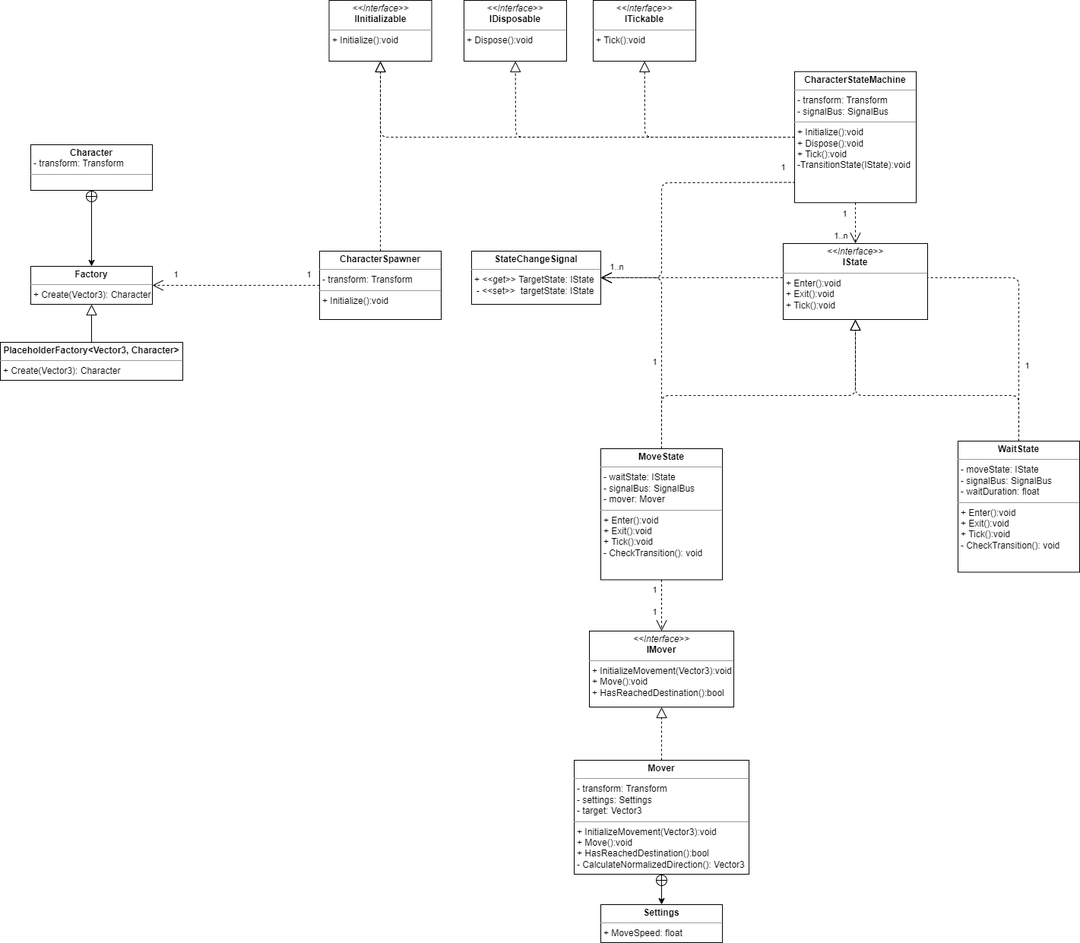
canafarci/LostInSin keeps this draw.io diagram as Documents/Classes.drawio.png. Above is the earlier version. Source tidied: cells renumbered, new cells last; positions are measured from the earlier drawing's top-left corner, leaving out a move shared by most shapes.
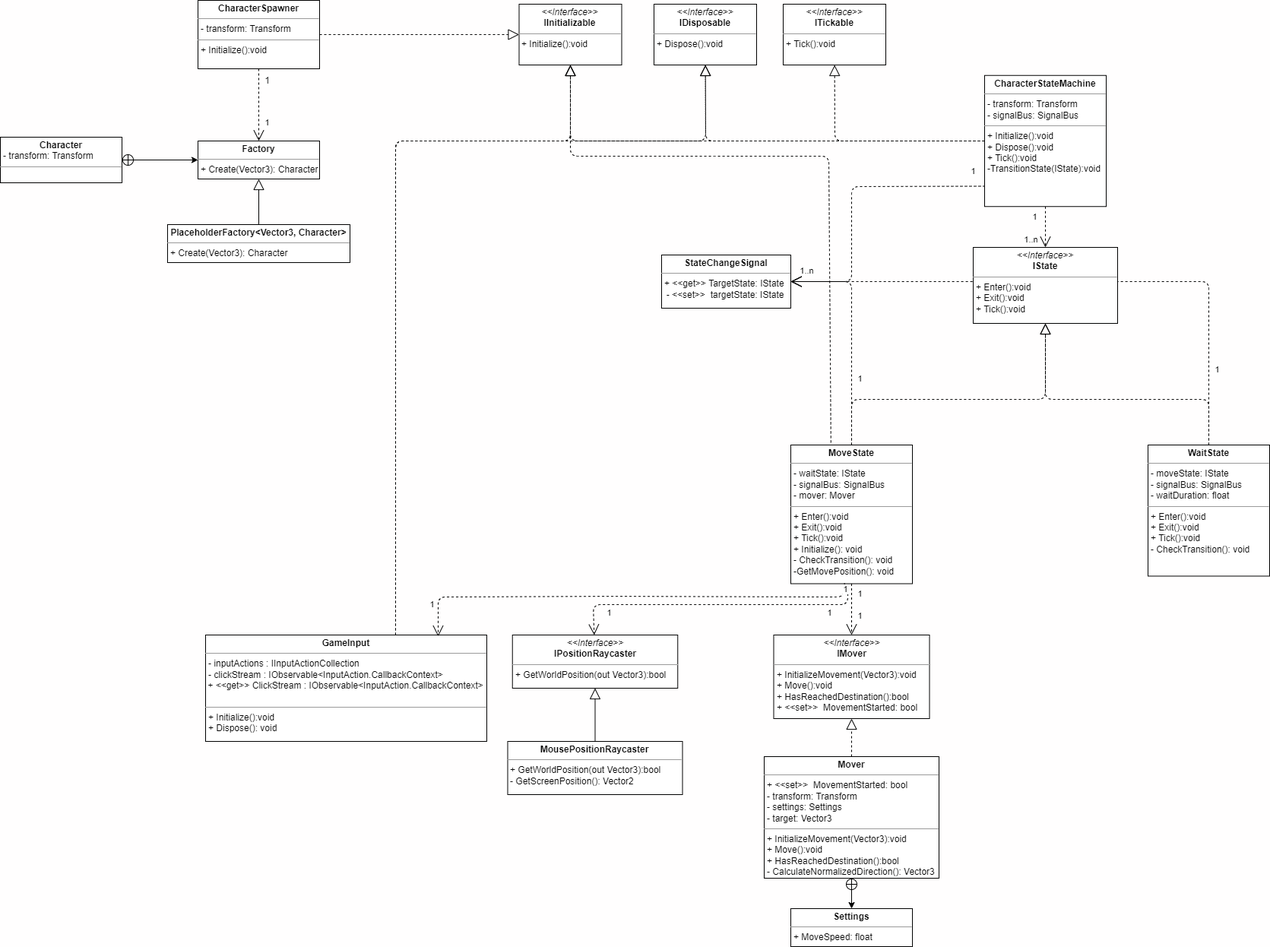
The same file after the commit.

Change to the diagram source:
```diff
@@ -1,4 +1,4 @@
-<mxGraphModel>
+<mxGraphModel background="#FFFEFE">
   <root>
     <mxCell id="0" />
     <mxCell id="1" parent="0" />
@@ -6,16 +6,16 @@
       <mxGeometry relative="1" as="geometry" />
     </mxCell>
     <mxCell id="3" value="&lt;p style=&quot;margin:0px;margin-top:4px;text-align:center;&quot;&gt;&lt;b&gt;Character&lt;/b&gt;&lt;/p&gt;&lt;p style=&quot;margin:0px;margin-left:4px;&quot;&gt;- transform: Transform&lt;/p&gt;&lt;hr size=&quot;1&quot;&gt;&lt;p style=&quot;margin:0px;margin-left:4px;&quot;&gt;&lt;br&gt;&lt;/p&gt;" style="verticalAlign=top;align=left;overflow=fill;fontSize=12;fontFamily=Helvetica;html=1;" parent="1" vertex="1">
-      <mxGeometry x="40" y="190" width="160" height="60" as="geometry" />
+      <mxGeometry x="-250" y="175" width="160" height="60" as="geometry" />
     </mxCell>
     <mxCell id="4" value="&lt;p style=&quot;margin:0px;margin-top:4px;text-align:center;&quot;&gt;&lt;b&gt;Factory&lt;/b&gt;&lt;/p&gt;&lt;hr size=&quot;1&quot;&gt;&lt;p style=&quot;margin:0px;margin-left:4px;&quot;&gt;&lt;/p&gt;&lt;p style=&quot;margin:0px;margin-left:4px;&quot;&gt;+ Create(Vector3): Character&lt;br&gt;&lt;/p&gt;" style="verticalAlign=top;align=left;overflow=fill;fontSize=12;fontFamily=Helvetica;html=1;" parent="1" vertex="1">
-      <mxGeometry x="40" y="350" width="160" height="50" as="geometry" />
+      <mxGeometry x="10" y="180" width="160" height="50" as="geometry" />
     </mxCell>
     <mxCell id="5" style="edgeStyle=none;html=1;startArrow=none;startFill=0;endArrow=block;endFill=0;endSize=12;" parent="1" edge="1" source="6" target="4">
       <mxGeometry relative="1" as="geometry" />
     </mxCell>
     <mxCell id="6" value="&lt;p style=&quot;margin:0px;margin-top:4px;text-align:center;&quot;&gt;&lt;b&gt;PlaceholderFactory&amp;lt;Vector3, Character&amp;gt;&lt;/b&gt;&lt;/p&gt;&lt;hr size=&quot;1&quot;&gt;&lt;p style=&quot;margin:0px;margin-left:4px;&quot;&gt;&lt;/p&gt;&lt;p style=&quot;margin:0px;margin-left:4px;&quot;&gt;+ Create(Vector3): Character&lt;/p&gt;" style="verticalAlign=top;align=left;overflow=fill;fontSize=12;fontFamily=Helvetica;html=1;" parent="1" vertex="1">
-      <mxGeometry y="450" width="240" height="50" as="geometry" />
+      <mxGeometry x="-30" y="290" width="240" height="50" as="geometry" />
     </mxCell>
     <mxCell id="7" style="edgeStyle=none;html=1;startArrow=none;startFill=0;endArrow=block;endFill=0;endSize=12;dashed=1;" parent="1" edge="1" source="11" target="12">
       <mxGeometry relative="1" as="geometry" />
@@ -30,11 +30,16 @@
     </mxCell>
     <mxCell id="10" value="1" style="edgeLabel;html=1;align=center;verticalAlign=middle;" parent="8" vertex="1">
       <mxGeometry x="0.76" y="-1" relative="1" as="geometry">
-        <mxPoint x="4" y="-14" as="offset" />
+        <mxPoint x="11" y="-14" as="offset" />
       </mxGeometry>
     </mxCell>
+    <mxCell id="43" value="1" style="edgeLabel;html=1;align=center;verticalAlign=middle;fontSize=12;fontFamily=Helvetica;fontColor=#000000;" parent="8" vertex="1">
+      <mxGeometry x="-0.55" y="-1" relative="1" as="geometry">
+        <mxPoint x="11" y="-6" as="offset" />
+      </mxGeometry>
+    </mxCell>
     <mxCell id="11" value="&lt;p style=&quot;margin:0px;margin-top:4px;text-align:center;&quot;&gt;&lt;b&gt;CharacterSpawner&lt;/b&gt;&lt;/p&gt;&lt;hr size=&quot;1&quot;&gt;&lt;p style=&quot;margin:0px;margin-left:4px;&quot;&gt;- transform: Transform&lt;/p&gt;&lt;hr size=&quot;1&quot;&gt;&lt;p style=&quot;margin:0px;margin-left:4px;&quot;&gt;+ Initialize():void&lt;br&gt;&lt;/p&gt;" style="verticalAlign=top;align=left;overflow=fill;fontSize=12;fontFamily=Helvetica;html=1;" parent="1" vertex="1">
-      <mxGeometry x="420" y="330" width="160" height="90" as="geometry" />
+      <mxGeometry x="10" y="-5" width="160" height="90" as="geometry" />
     </mxCell>
     <mxCell id="12" value="&lt;p style=&quot;margin:0px;margin-top:4px;text-align:center;&quot;&gt;&lt;i&gt;&amp;lt;&amp;lt;Interface&amp;gt;&amp;gt;&lt;/i&gt;&lt;br&gt;&lt;b&gt;IInitializable&lt;/b&gt;&lt;/p&gt;&lt;hr size=&quot;1&quot;&gt;&lt;p style=&quot;margin:0px;margin-left:4px;&quot;&gt;+ Initialize():void&lt;br&gt;&lt;/p&gt;" style="verticalAlign=top;align=left;overflow=fill;fontSize=12;fontFamily=Helvetica;html=1;" parent="1" vertex="1">
       <mxGeometry x="432.5" width="135" height="80" as="geometry" />
@@ -100,12 +105,12 @@
     </mxCell>
     <mxCell id="25" value="1" style="edgeLabel;html=1;align=center;verticalAlign=middle;" parent="24" vertex="1">
       <mxGeometry x="-0.61" relative="1" as="geometry">
-        <mxPoint x="-10" as="offset" />
+        <mxPoint x="10" as="offset" />
       </mxGeometry>
     </mxCell>
     <mxCell id="26" value="1" style="edgeLabel;html=1;align=center;verticalAlign=middle;" parent="24" vertex="1">
       <mxGeometry x="0.25" y="-1" relative="1" as="geometry">
-        <mxPoint x="-9" as="offset" />
+        <mxPoint x="11" as="offset" />
       </mxGeometry>
     </mxCell>
     <mxCell id="27" style="edgeStyle=none;html=1;dashed=1;startArrow=none;startFill=0;endArrow=open;endFill=0;endSize=12;" parent="1" edge="1" source="29" target="41">
@@ -117,11 +122,20 @@
     </mxCell>
     <mxCell id="28" value="1" style="edgeLabel;html=1;align=center;verticalAlign=middle;" parent="27" vertex="1">
       <mxGeometry x="-0.39" y="1" relative="1" as="geometry">
-        <mxPoint x="-9" y="-22" as="offset" />
+        <mxPoint x="11" y="2" as="offset" />
       </mxGeometry>
     </mxCell>
+    <mxCell id="44" style="edgeStyle=none;html=1;startArrow=none;startFill=0;endSize=12;endArrow=block;endFill=0;dashed=1;exitX=0.33;exitY=-0.017;exitDx=0;exitDy=0;exitPerimeter=0;" parent="1" edge="1" source="29" target="12">
+      <mxGeometry relative="1" as="geometry">
+        <Array as="points">
+          <mxPoint x="840" y="200" />
+          <mxPoint x="680" y="200" />
+          <mxPoint x="500" y="200" />
+        </Array>
+      </mxGeometry>
+    </mxCell>
-    <mxCell id="29" value="&lt;p style=&quot;margin:0px;margin-top:4px;text-align:center;&quot;&gt;&lt;b&gt;MoveState&lt;/b&gt;&lt;/p&gt;&lt;hr size=&quot;1&quot;&gt;&lt;p style=&quot;margin:0px;margin-left:4px;&quot;&gt;- waitState: IState&lt;/p&gt;&lt;p style=&quot;margin:0px;margin-left:4px;&quot;&gt;- signalBus: SignalBus&lt;/p&gt;&lt;p style=&quot;margin:0px;margin-left:4px;&quot;&gt;- mover: Mover&lt;/p&gt;&lt;hr size=&quot;1&quot;&gt;&lt;p style=&quot;border-color: var(--border-color); margin: 0px 0px 0px 4px;&quot;&gt;+ Enter():void&lt;br style=&quot;border-color: var(--border-color);&quot;&gt;&lt;/p&gt;&lt;p style=&quot;border-color: var(--border-color); margin: 0px 0px 0px 4px;&quot;&gt;+ Exit():void&lt;br style=&quot;border-color: var(--border-color);&quot;&gt;&lt;/p&gt;&lt;p style=&quot;border-color: var(--border-color); margin: 0px 0px 0px 4px;&quot;&gt;+ Tick():void&lt;/p&gt;&lt;p style=&quot;border-color: var(--border-color); margin: 0px 0px 0px 4px;&quot;&gt;- CheckTransition(): void&lt;/p&gt;" style="verticalAlign=top;align=left;overflow=fill;fontSize=12;fontFamily=Helvetica;html=1;" parent="1" vertex="1">
-      <mxGeometry x="790" y="590" width="160" height="172.5" as="geometry" />
+    <mxCell id="29" value="&lt;p style=&quot;margin:0px;margin-top:4px;text-align:center;&quot;&gt;&lt;b&gt;MoveState&lt;/b&gt;&lt;/p&gt;&lt;hr size=&quot;1&quot;&gt;&lt;p style=&quot;margin:0px;margin-left:4px;&quot;&gt;- waitState: IState&lt;/p&gt;&lt;p style=&quot;margin:0px;margin-left:4px;&quot;&gt;- signalBus: SignalBus&lt;/p&gt;&lt;p style=&quot;margin:0px;margin-left:4px;&quot;&gt;- mover: Mover&lt;/p&gt;&lt;hr size=&quot;1&quot;&gt;&lt;p style=&quot;border-color: var(--border-color); margin: 0px 0px 0px 4px;&quot;&gt;+ Enter():void&lt;br style=&quot;border-color: var(--border-color);&quot;&gt;&lt;/p&gt;&lt;p style=&quot;border-color: var(--border-color); margin: 0px 0px 0px 4px;&quot;&gt;+ Exit():void&lt;br style=&quot;border-color: var(--border-color);&quot;&gt;&lt;/p&gt;&lt;p style=&quot;border-color: var(--border-color); margin: 0px 0px 0px 4px;&quot;&gt;+ Tick():void&lt;/p&gt;&lt;p style=&quot;border-color: var(--border-color); margin: 0px 0px 0px 4px;&quot;&gt;+ Initialize(): void&lt;/p&gt;&lt;p style=&quot;border-color: var(--border-color); margin: 0px 0px 0px 4px;&quot;&gt;- CheckTransition(): void&lt;/p&gt;&lt;p style=&quot;border-color: var(--border-color); margin: 0px 0px 0px 4px;&quot;&gt;-GetMovePosition(): void&lt;/p&gt;" style="verticalAlign=top;align=left;overflow=fill;fontSize=12;fontFamily=Helvetica;html=1;" parent="1" vertex="1">
+      <mxGeometry x="790" y="580" width="160" height="182.5" as="geometry" />
     </mxCell>
     <mxCell id="30" style="edgeStyle=none;html=1;dashed=1;startArrow=none;startFill=0;endArrow=block;endFill=0;endSize=12;" parent="1" edge="1" source="29" target="42">
       <mxGeometry relative="1" as="geometry">
@@ -162,11 +176,11 @@
     <mxCell id="36" style="edgeStyle=none;html=1;dashed=1;startArrow=none;startFill=0;endArrow=block;endFill=0;endSize=12;" parent="1" edge="1" source="37" target="38">
       <mxGeometry relative="1" as="geometry" />
     </mxCell>
-    <mxCell id="37" value="&lt;p style=&quot;margin:0px;margin-top:4px;text-align:center;&quot;&gt;&lt;b&gt;Mover&lt;/b&gt;&lt;/p&gt;&lt;hr size=&quot;1&quot;&gt;&lt;p style=&quot;margin:0px;margin-left:4px;&quot;&gt;- transform: Transform&lt;/p&gt;&lt;p style=&quot;margin:0px;margin-left:4px;&quot;&gt;- settings: Settings&lt;/p&gt;&lt;p style=&quot;margin:0px;margin-left:4px;&quot;&gt;- target: Vector3&lt;/p&gt;&lt;hr size=&quot;1&quot;&gt;&lt;p style=&quot;border-color: var(--border-color); margin: 0px 0px 0px 4px;&quot;&gt;+ InitializeMovement(Vector3):void&lt;br style=&quot;border-color: var(--border-color);&quot;&gt;&lt;/p&gt;&lt;p style=&quot;border-color: var(--border-color); margin: 0px 0px 0px 4px;&quot;&gt;+ Move():void&lt;br style=&quot;border-color: var(--border-color);&quot;&gt;&lt;/p&gt;&lt;p style=&quot;border-color: var(--border-color); margin: 0px 0px 0px 4px;&quot;&gt;+ HasReachedDestination():bool&lt;/p&gt;&lt;p style=&quot;border-color: var(--border-color); margin: 0px 0px 0px 4px;&quot;&gt;- CalculateNormalizedDirection(): Vector3&lt;/p&gt;" style="verticalAlign=top;align=left;overflow=fill;fontSize=12;fontFamily=Helvetica;html=1;" parent="1" vertex="1">
-      <mxGeometry x="755" y="1000" width="230" height="150" as="geometry" />
+    <mxCell id="37" value="&lt;p style=&quot;margin:0px;margin-top:4px;text-align:center;&quot;&gt;&lt;b&gt;Mover&lt;/b&gt;&lt;/p&gt;&lt;hr size=&quot;1&quot;&gt;&lt;p style=&quot;margin:0px;margin-left:4px;&quot;&gt;+ &amp;lt;&amp;lt;set&amp;gt;&amp;gt;&amp;nbsp;&amp;nbsp;&lt;span style=&quot;border-color: var(--border-color); background-color: initial;&quot;&gt;MovementStarted: bool&lt;/span&gt;&lt;br&gt;&lt;/p&gt;&lt;p style=&quot;margin:0px;margin-left:4px;&quot;&gt;- transform: Transform&lt;/p&gt;&lt;p style=&quot;margin:0px;margin-left:4px;&quot;&gt;- settings: Settings&lt;/p&gt;&lt;p style=&quot;margin:0px;margin-left:4px;&quot;&gt;- target: Vector3&lt;/p&gt;&lt;hr size=&quot;1&quot;&gt;&lt;p style=&quot;border-color: var(--border-color); margin: 0px 0px 0px 4px;&quot;&gt;+ InitializeMovement(Vector3):void&lt;br style=&quot;border-color: var(--border-color);&quot;&gt;&lt;/p&gt;&lt;p style=&quot;border-color: var(--border-color); margin: 0px 0px 0px 4px;&quot;&gt;+ Move():void&lt;br style=&quot;border-color: var(--border-color);&quot;&gt;&lt;/p&gt;&lt;p style=&quot;border-color: var(--border-color); margin: 0px 0px 0px 4px;&quot;&gt;+ HasReachedDestination():bool&lt;/p&gt;&lt;p style=&quot;border-color: var(--border-color); margin: 0px 0px 0px 4px;&quot;&gt;- CalculateNormalizedDirection(): Vector3&lt;/p&gt;" style="verticalAlign=top;align=left;overflow=fill;fontSize=12;fontFamily=Helvetica;html=1;" parent="1" vertex="1">
+      <mxGeometry x="755" y="990" width="230" height="160" as="geometry" />
     </mxCell>
-    <mxCell id="38" value="&lt;p style=&quot;margin:0px;margin-top:4px;text-align:center;&quot;&gt;&lt;i&gt;&amp;lt;&amp;lt;Interface&amp;gt;&amp;gt;&lt;/i&gt;&lt;br&gt;&lt;b&gt;IMover&lt;/b&gt;&lt;/p&gt;&lt;hr size=&quot;1&quot;&gt;&lt;p style=&quot;margin:0px;margin-left:4px;&quot;&gt;+ InitializeMovement(Vector3):void&lt;br&gt;&lt;/p&gt;&lt;p style=&quot;margin:0px;margin-left:4px;&quot;&gt;+ Move():void&lt;br&gt;&lt;/p&gt;&lt;p style=&quot;margin:0px;margin-left:4px;&quot;&gt;+ HasReachedDestination():bool&lt;br&gt;&lt;/p&gt;" style="verticalAlign=top;align=left;overflow=fill;fontSize=12;fontFamily=Helvetica;html=1;" parent="1" vertex="1">
-      <mxGeometry x="775" y="830" width="190" height="100" as="geometry" />
+    <mxCell id="38" value="&lt;p style=&quot;margin:0px;margin-top:4px;text-align:center;&quot;&gt;&lt;i&gt;&amp;lt;&amp;lt;Interface&amp;gt;&amp;gt;&lt;/i&gt;&lt;br&gt;&lt;b&gt;IMover&lt;/b&gt;&lt;/p&gt;&lt;hr size=&quot;1&quot;&gt;&lt;p style=&quot;margin:0px;margin-left:4px;&quot;&gt;+ InitializeMovement(Vector3):void&lt;br&gt;&lt;/p&gt;&lt;p style=&quot;margin:0px;margin-left:4px;&quot;&gt;+ Move():void&lt;br&gt;&lt;/p&gt;&lt;p style=&quot;margin:0px;margin-left:4px;&quot;&gt;+ HasReachedDestination():bool&lt;br&gt;&lt;/p&gt;&lt;p style=&quot;margin:0px;margin-left:4px;&quot;&gt;+ &amp;lt;&amp;lt;set&amp;gt;&amp;gt;&amp;nbsp;&amp;nbsp;&lt;span style=&quot;border-color: var(--border-color); background-color: initial;&quot;&gt;MovementStarted: bool&lt;/span&gt;&lt;br style=&quot;border-color: var(--border-color);&quot;&gt;&lt;/p&gt;&lt;p style=&quot;border-color: var(--border-color); margin: 0px 0px 0px 4px;&quot;&gt;&lt;br style=&quot;border-color: var(--border-color);&quot;&gt;&lt;/p&gt;&lt;p style=&quot;border-color: var(--border-color); margin: 0px 0px 0px 4px;&quot;&gt;&lt;/p&gt;" style="verticalAlign=top;align=left;overflow=fill;fontSize=12;fontFamily=Helvetica;html=1;" parent="1" vertex="1">
+      <mxGeometry x="767.5" y="830" width="205" height="110" as="geometry" />
     </mxCell>
     <mxCell id="39" style="edgeStyle=none;html=1;startArrow=circlePlus;startFill=0;" parent="1" edge="1" source="37" target="40">
       <mxGeometry relative="1" as="geometry" />
@@ -180,5 +194,72 @@
     <mxCell id="42" value="&lt;p style=&quot;margin:0px;margin-top:4px;text-align:center;&quot;&gt;&lt;i&gt;&amp;lt;&amp;lt;Interface&amp;gt;&amp;gt;&lt;/i&gt;&lt;br&gt;&lt;b&gt;IState&lt;/b&gt;&lt;/p&gt;&lt;hr size=&quot;1&quot;&gt;&lt;p style=&quot;margin:0px;margin-left:4px;&quot;&gt;+ Enter():void&lt;br&gt;&lt;/p&gt;&lt;p style=&quot;margin:0px;margin-left:4px;&quot;&gt;+ Exit():void&lt;br&gt;&lt;/p&gt;&lt;p style=&quot;margin:0px;margin-left:4px;&quot;&gt;+ Tick():void&lt;br&gt;&lt;/p&gt;" style="verticalAlign=top;align=left;overflow=fill;fontSize=12;fontFamily=Helvetica;html=1;" parent="1" vertex="1">
       <mxGeometry x="1030" y="320" width="190" height="100" as="geometry" />
     </mxCell>
+    <mxCell id="45" value="&lt;p style=&quot;margin:0px;margin-top:4px;text-align:center;&quot;&gt;&lt;i&gt;&amp;lt;&amp;lt;Interface&amp;gt;&amp;gt;&lt;/i&gt;&lt;br&gt;&lt;b&gt;IPositionRaycaster&lt;/b&gt;&lt;/p&gt;&lt;hr size=&quot;1&quot;&gt;&lt;p style=&quot;margin:0px;margin-left:4px;&quot;&gt;+ GetWorldPosition(out Vector3):bool&lt;br&gt;&lt;/p&gt;&lt;p style=&quot;margin:0px;margin-left:4px;&quot;&gt;&lt;br&gt;&lt;/p&gt;" style="verticalAlign=top;align=left;overflow=fill;fontSize=12;fontFamily=Helvetica;html=1;" parent="1" vertex="1">
+      <mxGeometry x="423.8" y="830" width="217.5" height="70" as="geometry" />
+    </mxCell>
+    <mxCell id="46" style="edgeStyle=none;html=1;dashed=1;startArrow=none;startFill=0;endArrow=open;endFill=0;endSize=12;exitX=0.469;exitY=1.005;exitDx=0;exitDy=0;exitPerimeter=0;" parent="1" edge="1" source="29" target="45">
+      <mxGeometry relative="1" as="geometry">
+        <Array as="points">
+          <mxPoint x="865" y="790" />
+          <mxPoint x="530" y="790" />
+        </Array>
+      </mxGeometry>
+    </mxCell>
+    <mxCell id="47" value="1" style="edgeLabel;html=1;align=center;verticalAlign=middle;" parent="46" vertex="1">
+      <mxGeometry x="-0.61" relative="1" as="geometry">
+        <mxPoint x="27" y="10" as="offset" />
+      </mxGeometry>
+    </mxCell>
+    <mxCell id="48" value="1" style="edgeLabel;html=1;align=center;verticalAlign=middle;" parent="46" vertex="1">
+      <mxGeometry x="0.25" y="-1" relative="1" as="geometry">
+        <mxPoint x="-90" y="11" as="offset" />
+      </mxGeometry>
+    </mxCell>
+    <mxCell id="49" style="edgeStyle=none;html=1;startArrow=none;startFill=0;endArrow=block;endFill=0;endSize=12;" parent="1" edge="1" source="50" target="45">
+      <mxGeometry relative="1" as="geometry" />
+    </mxCell>
+    <mxCell id="50" value="&lt;p style=&quot;margin:0px;margin-top:4px;text-align:center;&quot;&gt;&lt;b&gt;MousePositionRaycaster&lt;/b&gt;&lt;/p&gt;&lt;hr size=&quot;1&quot;&gt;&lt;p style=&quot;border-color: var(--border-color); margin: 0px 0px 0px 4px;&quot;&gt;&lt;span style=&quot;background-color: initial;&quot;&gt;+ GetWorldPosition(out Vector3):bool&lt;/span&gt;&lt;br&gt;&lt;/p&gt;&lt;p style=&quot;border-color: var(--border-color); margin: 0px 0px 0px 4px;&quot;&gt;&lt;span style=&quot;background-color: initial;&quot;&gt;- GetScreenPosition(): Vector2&lt;/span&gt;&lt;/p&gt;" style="verticalAlign=top;align=left;overflow=fill;fontSize=12;fontFamily=Helvetica;html=1;" parent="1" vertex="1">
+      <mxGeometry x="417.5" y="970" width="230" height="70" as="geometry" />
+    </mxCell>
+    <mxCell id="51" value="&lt;p style=&quot;margin:0px;margin-top:4px;text-align:center;&quot;&gt;&lt;b&gt;GameInput&lt;/b&gt;&lt;/p&gt;&lt;hr size=&quot;1&quot;&gt;&lt;p style=&quot;margin:0px;margin-left:4px;&quot;&gt;- inputActions : IInputActionCollection&lt;/p&gt;&lt;p style=&quot;margin: 0px 0px 0px 4px; line-height: 120%;&quot;&gt;- clickStream :&amp;nbsp;IObservable&amp;lt;InputAction.CallbackContext&amp;gt;&lt;/p&gt;&amp;nbsp;+ &amp;lt;&amp;lt;get&amp;gt;&amp;gt;&amp;nbsp;&lt;span style=&quot;background-color: initial;&quot;&gt;ClickStream :&amp;nbsp;IObservable&amp;lt;InputAction.CallbackContext&amp;gt;&lt;/span&gt;&lt;br&gt;&lt;div&gt;&lt;br&gt;&lt;/div&gt;&lt;hr size=&quot;1&quot;&gt;&lt;p style=&quot;border-color: var(--border-color); margin: 0px 0px 0px 4px;&quot;&gt;+ Initialize():void&lt;br style=&quot;border-color: var(--border-color);&quot;&gt;&lt;/p&gt;&lt;p style=&quot;border-color: var(--border-color); margin: 0px 0px 0px 4px;&quot;&gt;+ Dispose(): void&lt;br&gt;&lt;/p&gt;" style="verticalAlign=top;align=left;overflow=fill;fontSize=12;fontFamily=Helvetica;html=1;" parent="1" vertex="1">
+      <mxGeometry x="20" y="830" width="370" height="140" as="geometry" />
+    </mxCell>
+    <mxCell id="52" style="edgeStyle=none;html=1;dashed=1;startArrow=none;startFill=0;endArrow=open;endFill=0;endSize=12;exitX=0.442;exitY=0.997;exitDx=0;exitDy=0;exitPerimeter=0;entryX=0.827;entryY=0.013;entryDx=0;entryDy=0;entryPerimeter=0;" parent="1" edge="1" source="29" target="51">
+      <mxGeometry relative="1" as="geometry">
+        <Array as="points">
+          <mxPoint x="860" y="780" />
+          <mxPoint x="555" y="779.1" />
+          <mxPoint x="326" y="780" />
+        </Array>
+      </mxGeometry>
+    </mxCell>
+    <mxCell id="53" value="1" style="edgeLabel;html=1;align=center;verticalAlign=middle;" parent="52" vertex="1">
+      <mxGeometry x="-0.61" relative="1" as="geometry">
+        <mxPoint x="100" y="-10" as="offset" />
+      </mxGeometry>
+    </mxCell>
+    <mxCell id="54" value="1" style="edgeLabel;html=1;align=center;verticalAlign=middle;" parent="52" vertex="1">
+      <mxGeometry x="0.25" y="-1" relative="1" as="geometry">
+        <mxPoint x="-182" y="11" as="offset" />
+      </mxGeometry>
+    </mxCell>
+    <mxCell id="55" style="edgeStyle=none;html=1;startArrow=none;startFill=0;endArrow=block;endFill=0;endSize=12;dashed=1;" parent="1" edge="1" target="12">
+      <mxGeometry relative="1" as="geometry">
+        <mxPoint x="270" y="830" as="sourcePoint" />
+        <Array as="points">
+          <mxPoint x="270" y="180" />
+          <mxPoint x="500" y="180" />
+        </Array>
+      </mxGeometry>
+    </mxCell>
+    <mxCell id="56" style="edgeStyle=none;html=1;startArrow=none;startFill=0;endArrow=block;endFill=0;endSize=12;dashed=1;" parent="1" edge="1" target="21">
+      <mxGeometry relative="1" as="geometry">
+        <mxPoint x="270" y="830" as="sourcePoint" />
+        <Array as="points">
+          <mxPoint x="270" y="180" />
+          <mxPoint x="678" y="180" />
+        </Array>
+      </mxGeometry>
+    </mxCell>
   </root>
 </mxGraphModel>
```
